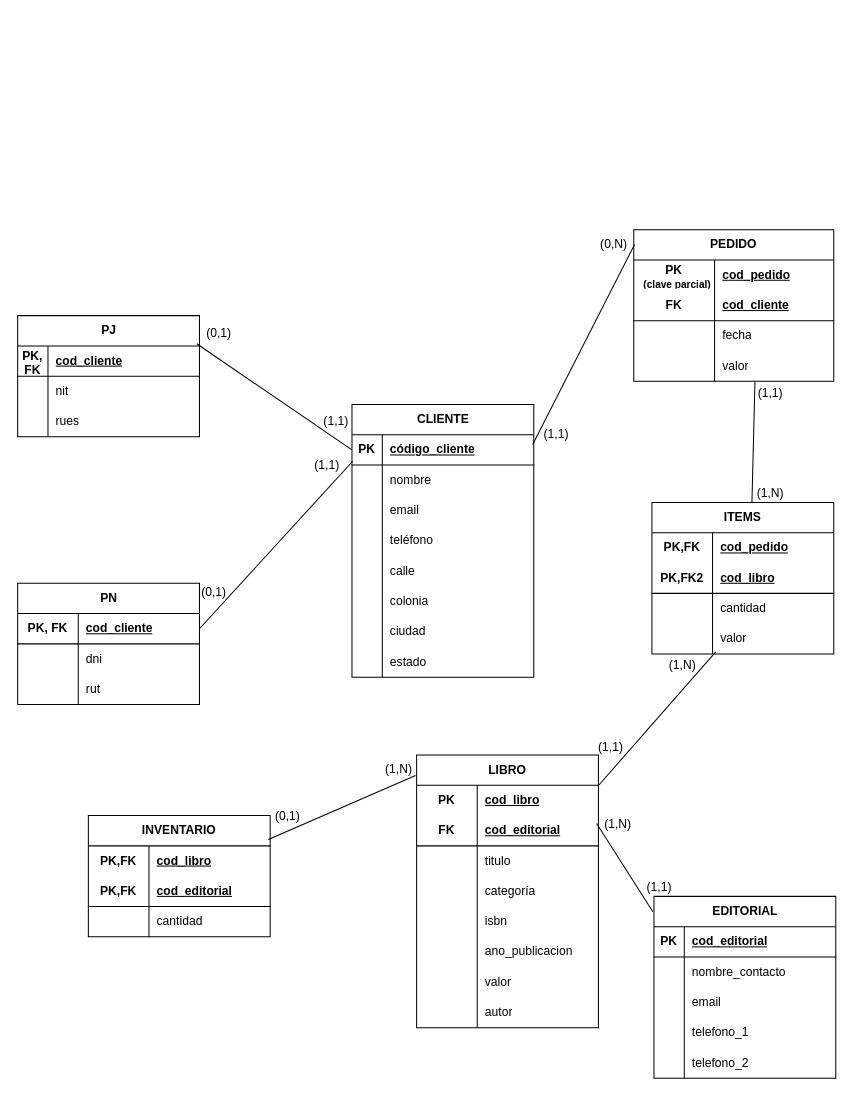
Earlier version of the draw.io diagram page "Modelo-logico" (2 of 2) of modelo.drawio (MichMDLT/Modelaje-BaseDatos). Source tidied: cells renumbered, new cells numbered last; positions are measured from the earlier drawing's top-left corner, leaving out a move shared by most shapes. Both pictures are drawn from the tidied source at 101%, with x=0, y=0 at pixel (17, 229).
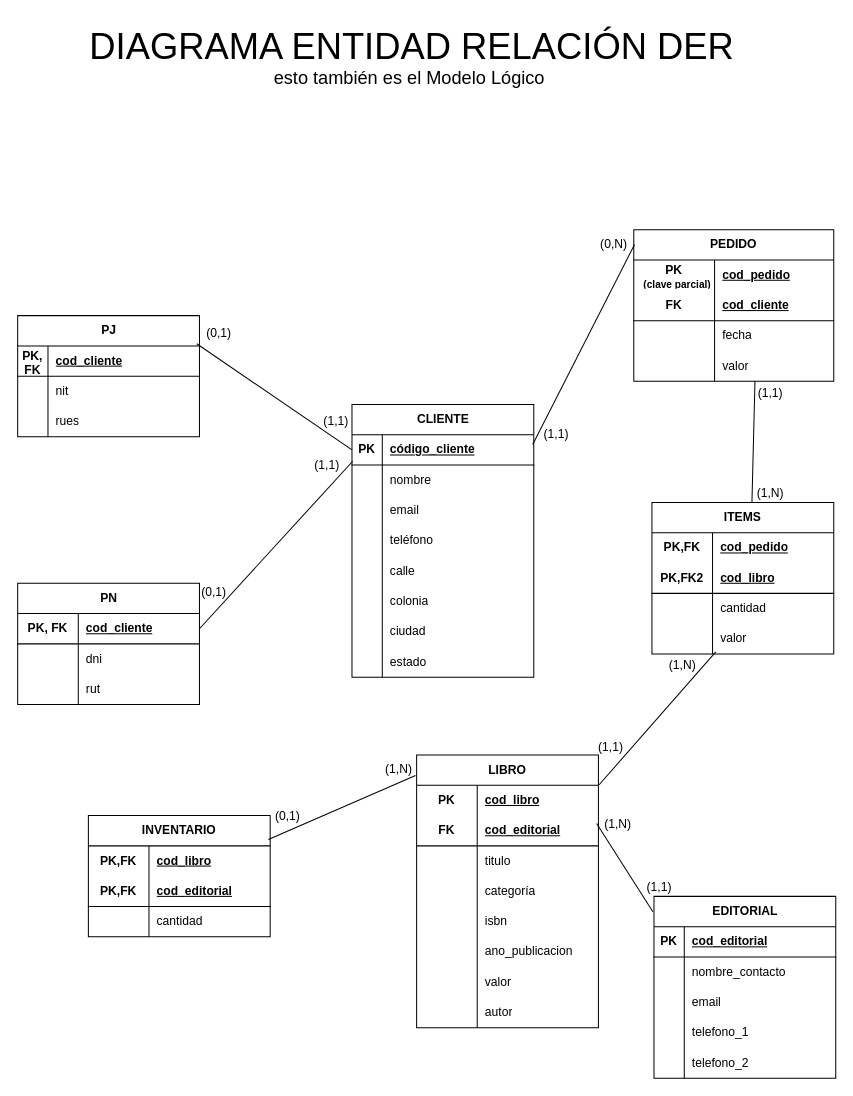
The same page after the edit.

Diff of the diagram source:
```diff
@@
+    <mxCell id="145" value="&lt;div&gt;&lt;font style=&quot;font-size: 36px;&quot;&gt;DIAGRAMA ENTIDAD RELACIÓN DER&lt;/font&gt;&lt;/div&gt;&lt;div&gt;&lt;font style=&quot;font-size: 18px;&quot;&gt;esto también es el Modelo Lógico&amp;nbsp;&lt;/font&gt;&lt;/div&gt;&lt;div&gt;&lt;font style=&quot;font-size: 36px;&quot;&gt;&lt;br&gt;&lt;/font&gt;&lt;/div&gt;" style="text;html=1;align=center;verticalAlign=middle;strokeColor=none;fillColor=none;" parent="1" vertex="1">
+      <mxGeometry x="60" y="-210" width="660" height="120" as="geometry" />
+    </mxCell>
```
